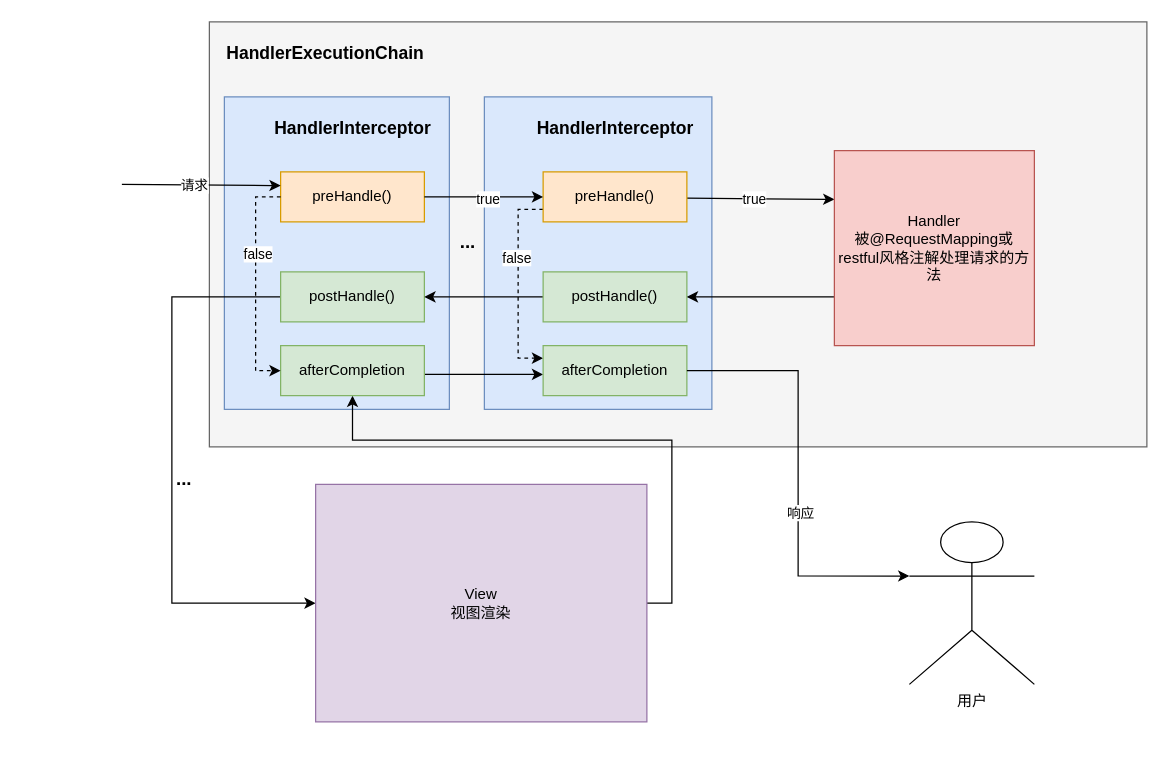
Earlier version of the draw.io diagram page "拦截器" (5 of 6) of presentation/聊一聊SpringMVC原理？/SpringMVC原理.drawio (lvjiuluan/idea-projects). Source tidied: cells renumbered, new cells numbered last; positions are measured from the earlier drawing's top-left corner, leaving out a move shared by most shapes. Both pictures are drawn from the tidied source at 125%, with x=0, y=0 at pixel (121, 21).
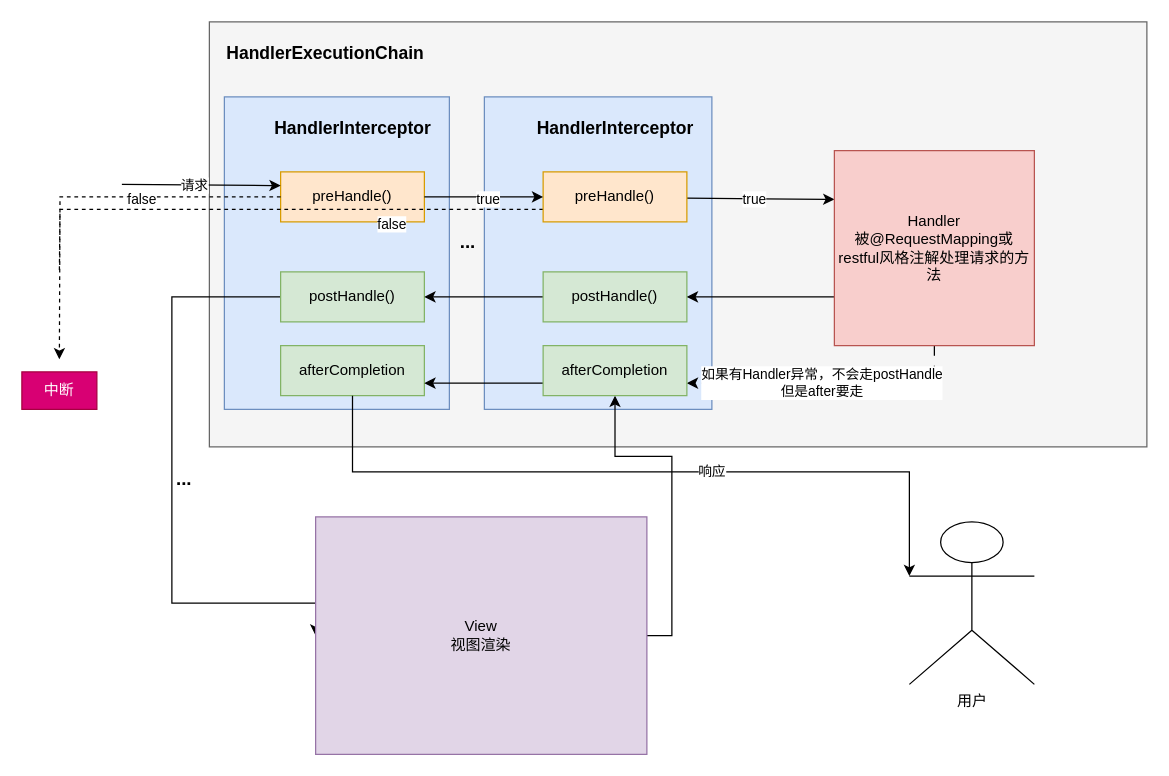
Above is the later version.

Unchanged cells that the change refers to:
```xml
<mxCell id="4" value="preHandle()" style="rounded=0;whiteSpace=wrap;html=1;fillColor=#ffe6cc;strokeColor=#d79b00;" parent="1" vertex="1">
  <mxGeometry x="127" y="120" width="115" height="40" as="geometry" />
</mxCell>
<mxCell id="13" value="preHandle()" style="rounded=0;whiteSpace=wrap;html=1;fillColor=#ffe6cc;strokeColor=#d79b00;" parent="1" vertex="1">
  <mxGeometry x="337" y="120" width="115" height="40" as="geometry" />
</mxCell>
<mxCell id="21" value="Handler&lt;div&gt;被@RequestMapping或restful风格注解处理请求的方法&lt;/div&gt;" style="rounded=0;whiteSpace=wrap;html=1;fillColor=#f8cecc;strokeColor=#b85450;" parent="1" vertex="1">
  <mxGeometry x="570" y="103" width="160" height="156" as="geometry" />
</mxCell>
<mxCell id="26" value="用户" style="shape=umlActor;verticalLabelPosition=bottom;verticalAlign=top;html=1;outlineConnect=0;" parent="1" vertex="1">
  <mxGeometry x="630" y="400" width="100" height="130" as="geometry" />
</mxCell>
<mxCell id="28" value="afterCompletion" style="rounded=0;whiteSpace=wrap;html=1;fillColor=#d5e8d4;strokeColor=#82b366;" parent="1" vertex="1">
  <mxGeometry x="127" y="259" width="115" height="40" as="geometry" />
</mxCell>
<mxCell id="29" value="afterCompletion" style="rounded=0;whiteSpace=wrap;html=1;fillColor=#d5e8d4;strokeColor=#82b366;" parent="1" vertex="1">
  <mxGeometry x="337" y="259" width="115" height="40" as="geometry" />
</mxCell>
```

Change to the diagram source:
```diff
@@
-    <mxCell id="11" style="edgeStyle=orthogonalEdgeStyle;rounded=0;jettySize=auto;html=1;exitX=0;exitY=0.75;exitDx=0;exitDy=0;entryX=0;entryY=0.25;entryDx=0;entryDy=0;dashed=1;" parent="1" edge="1" source="13" target="29">
-      <mxGeometry relative="1" as="geometry" />
+    <mxCell id="11" style="edgeStyle=orthogonalEdgeStyle;rounded=0;jettySize=auto;html=1;exitX=0;exitY=0.75;exitDx=0;exitDy=0;dashed=1;endArrow=none;endFill=0;" parent="1" edge="1" source="13">
+      <mxGeometry relative="1" as="geometry">
+        <mxPoint x="-50" y="200" as="targetPoint" />
+      </mxGeometry>
     </mxCell>
@@
+    <mxCell id="36" style="edgeStyle=orthogonalEdgeStyle;rounded=0;jettySize=auto;html=1;exitX=0.5;exitY=1;exitDx=0;exitDy=0;entryX=1;entryY=0.75;entryDx=0;entryDy=0;dashed=1;dashPattern=8 8;" parent="1" edge="1" source="21" target="29">
+      <mxGeometry relative="1" as="geometry" />
+    </mxCell>
+    <mxCell id="37" value="如果有Handler异常，不会走postHandle&lt;div&gt;但是after要走&lt;/div&gt;" style="edgeLabel;html=1;align=center;verticalAlign=middle;" parent="36" vertex="1">
+      <mxGeometry x="0.06" y="-1" relative="1" as="geometry" />
+    </mxCell>
@@
-    <mxCell id="23" style="edgeStyle=orthogonalEdgeStyle;rounded=0;jettySize=auto;html=1;exitX=1;exitY=0.5;exitDx=0;exitDy=0;entryX=0.5;entryY=1;entryDx=0;entryDy=0;" parent="1" edge="1" source="24" target="28">
+    <mxCell id="23" style="edgeStyle=orthogonalEdgeStyle;rounded=0;jettySize=auto;html=1;exitX=1;exitY=0.5;exitDx=0;exitDy=0;entryX=0.5;entryY=1;entryDx=0;entryDy=0;" parent="1" edge="1" source="24" target="29">
       <mxGeometry relative="1" as="geometry" />
     </mxCell>
     <mxCell id="24" value="View&lt;div&gt;视图渲染&lt;/div&gt;" style="rounded=0;whiteSpace=wrap;html=1;fillColor=#e1d5e7;strokeColor=#9673a6;" parent="1" vertex="1">
-      <mxGeometry x="155" y="370" width="265" height="190" as="geometry" />
+      <mxGeometry x="155" y="396" width="265" height="190" as="geometry" />
     </mxCell>
@@
-    <mxCell id="27" style="edgeStyle=orthogonalEdgeStyle;rounded=0;orthogonalLoop=1;jettySize=auto;html=1;exitX=1;exitY=0.5;exitDx=0;exitDy=0;entryX=0;entryY=0.5;entryDx=0;entryDy=0;" parent="1" edge="1">
-      <mxGeometry relative="1" as="geometry">
-        <mxPoint x="242" y="282" as="sourcePoint" />
-        <mxPoint x="337" y="282" as="targetPoint" />
-      </mxGeometry>
-    </mxCell>
@@
+    <mxCell id="38" style="edgeStyle=orthogonalEdgeStyle;rounded=0;jettySize=auto;html=1;exitX=0;exitY=0.75;exitDx=0;exitDy=0;entryX=1;entryY=0.75;entryDx=0;entryDy=0;" parent="1" edge="1" source="29" target="28">
+      <mxGeometry relative="1" as="geometry" />
+    </mxCell>
@@
-    <mxCell id="30" style="edgeStyle=orthogonalEdgeStyle;rounded=0;jettySize=auto;html=1;exitX=1;exitY=0.5;exitDx=0;exitDy=0;entryX=0;entryY=0.3333333333333333;entryDx=0;entryDy=0;entryPerimeter=0;" parent="1" edge="1" source="29" target="26">
-      <mxGeometry relative="1" as="geometry" />
+    <mxCell id="30" style="edgeStyle=orthogonalEdgeStyle;rounded=0;jettySize=auto;html=1;exitX=0.5;exitY=1;exitDx=0;exitDy=0;entryX=0;entryY=0.3333333333333333;entryDx=0;entryDy=0;entryPerimeter=0;" parent="1" edge="1" source="28" target="26">
+      <mxGeometry relative="1" as="geometry">
+        <Array as="points">
+          <mxPoint x="185" y="360" />
+          <mxPoint x="630" y="360" />
+        </Array>
+      </mxGeometry>
     </mxCell>
@@
-    <mxCell id="32" style="edgeStyle=orthogonalEdgeStyle;rounded=0;jettySize=auto;html=1;exitX=0;exitY=0.5;exitDx=0;exitDy=0;entryX=0;entryY=0.5;entryDx=0;entryDy=0;dashed=1;" parent="1" edge="1" source="4" target="28">
-      <mxGeometry relative="1" as="geometry" />
+    <mxCell id="32" style="edgeStyle=orthogonalEdgeStyle;rounded=0;jettySize=auto;html=1;exitX=0;exitY=0.5;exitDx=0;exitDy=0;dashed=1;" parent="1" edge="1" source="4">
+      <mxGeometry relative="1" as="geometry">
+        <mxPoint x="-50" y="270" as="targetPoint" />
+      </mxGeometry>
     </mxCell>
@@
+    <mxCell id="39" value="中断" style="text;strokeColor=#A50040;align=center;fillColor=#d80073;html=1;verticalAlign=middle;whiteSpace=wrap;rounded=0;fontColor=#ffffff;" parent="1" vertex="1">
+      <mxGeometry x="-80" y="280" width="60" height="30" as="geometry" />
+    </mxCell>
```
